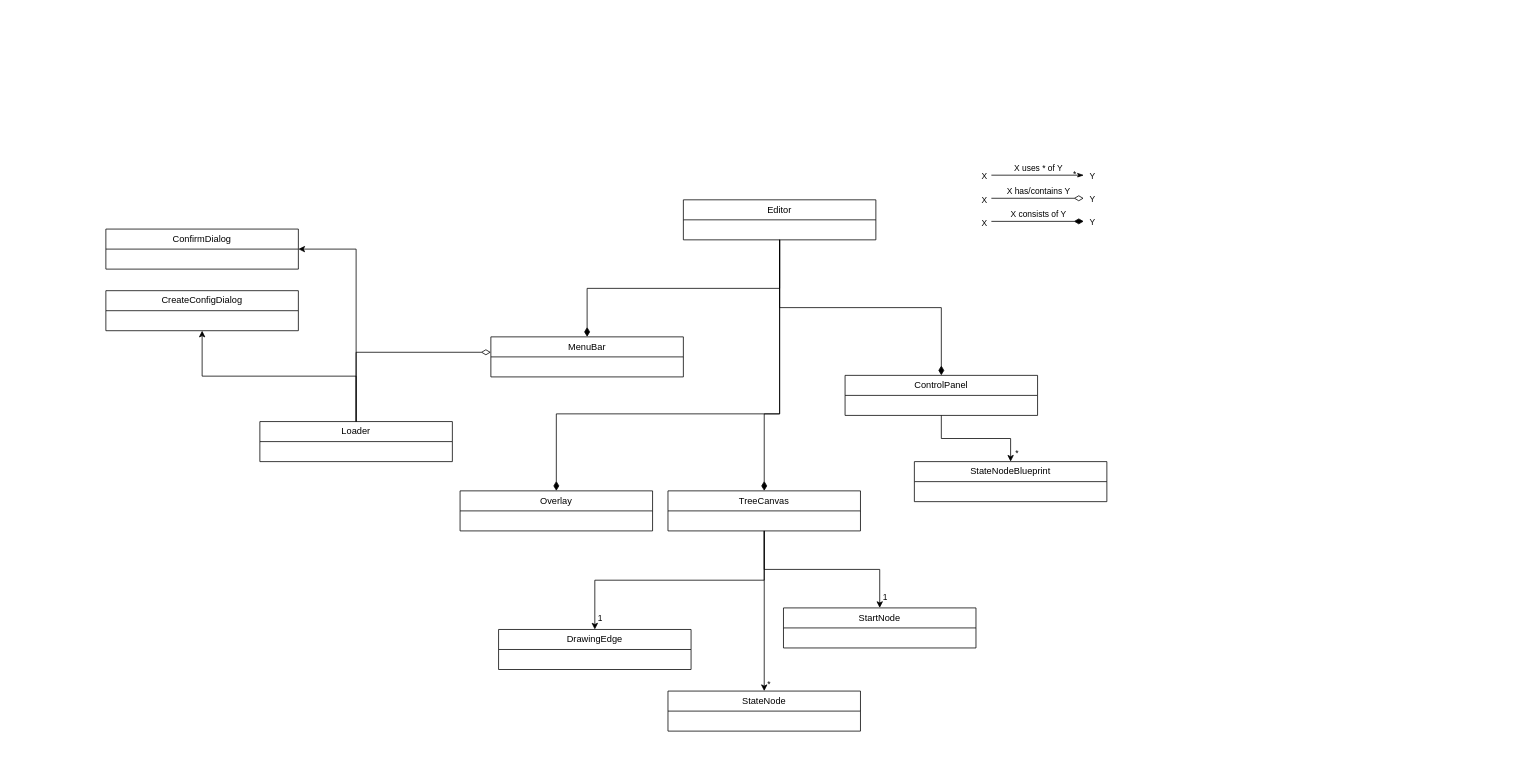
Earlier version of the draw.io diagram page "OverallHierarchie" (5 of 6) of Doku.drawio (valantano/state-machine-angular). Source tidied: cells renumbered, new cells numbered last; positions are measured from the earlier drawing's top-left corner, leaving out a move shared by most shapes. Both pictures are drawn from the tidied source at 77%, with x=0, y=0 at pixel (105, 175).
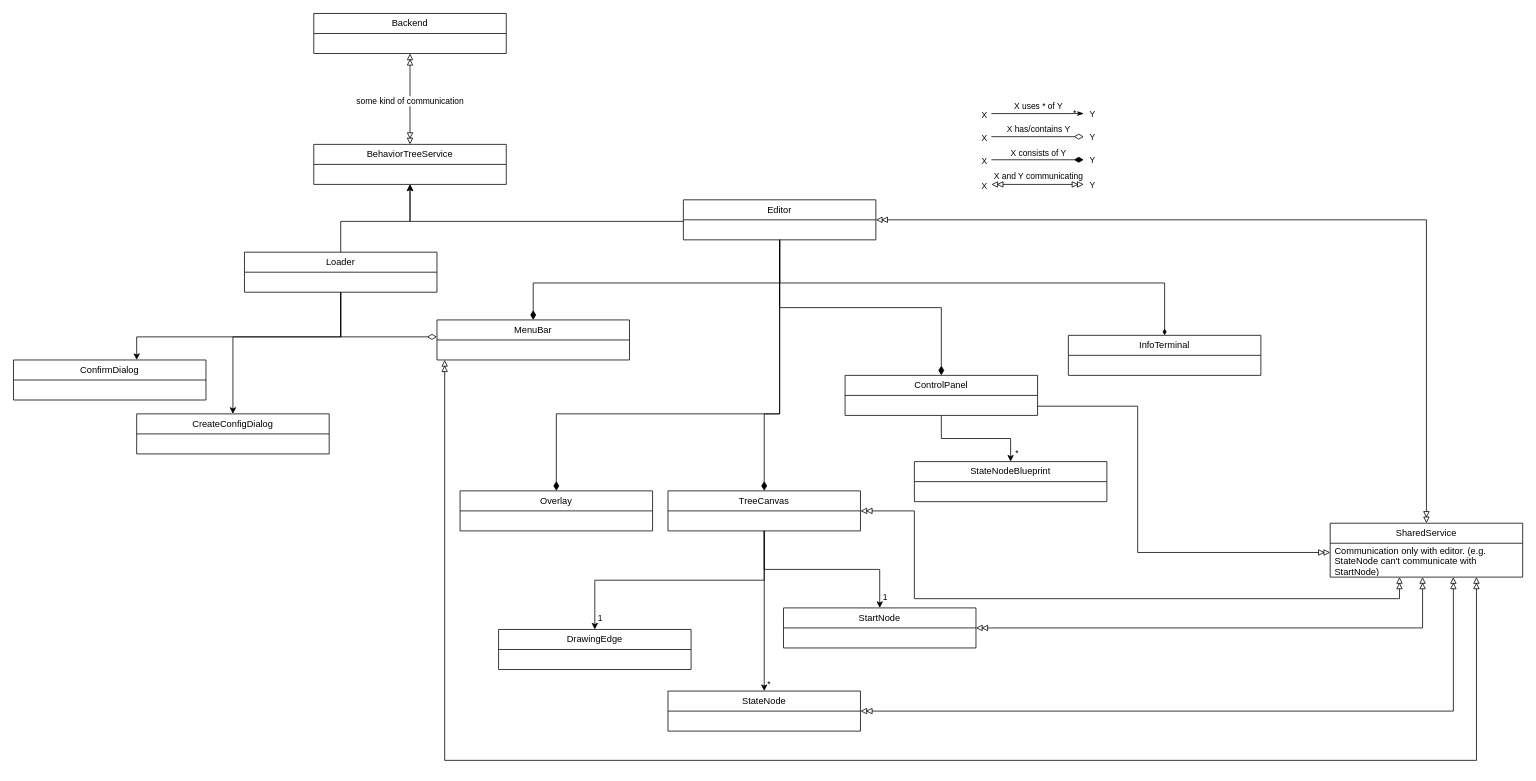
Above is the later version.

Unchanged cells that the change refers to:
```xml
<mxCell id="6" value="Editor" style="swimlane;fontStyle=0;horizontal=1;startSize=26;fillColor=none;whiteSpace=wrap;html=1;labelBackgroundColor=none;" parent="1" vertex="1">
  <mxGeometry x="750" y="32" width="250" height="52" as="geometry" />
</mxCell>
<mxCell id="7" value="StateNode" style="swimlane;fontStyle=0;horizontal=1;startSize=26;fillColor=none;whiteSpace=wrap;html=1;labelBackgroundColor=none;" parent="1" vertex="1">
  <mxGeometry x="730" y="670" width="250" height="52" as="geometry" />
</mxCell>
<mxCell id="14" value="TreeCanvas" style="swimlane;fontStyle=0;horizontal=1;startSize=26;fillColor=none;whiteSpace=wrap;html=1;labelBackgroundColor=none;" parent="1" vertex="1">
  <mxGeometry x="730" y="410" width="250" height="52" as="geometry" />
</mxCell>
<mxCell id="19" value="ControlPanel" style="swimlane;fontStyle=0;horizontal=1;startSize=26;fillColor=none;whiteSpace=wrap;html=1;labelBackgroundColor=none;" parent="1" vertex="1">
  <mxGeometry x="960" y="260" width="250" height="52" as="geometry" />
</mxCell>
<mxCell id="27" value="StartNode" style="swimlane;fontStyle=0;horizontal=1;startSize=26;fillColor=none;whiteSpace=wrap;html=1;labelBackgroundColor=none;" parent="1" vertex="1">
  <mxGeometry x="880" y="562" width="250" height="52" as="geometry" />
</mxCell>
```

Diff of the diagram source:
```diff
@@
     <mxCell id="2" style="edgeStyle=orthogonalEdgeStyle;rounded=0;jettySize=auto;html=1;endArrow=diamondThin;endFill=1;endSize=10;labelBackgroundColor=none;fontColor=default;" parent="1" edge="1" source="6" target="15">
-      <mxGeometry relative="1" as="geometry" />
+      <mxGeometry relative="1" as="geometry">
+        <Array as="points">
+          <mxPoint x="875" y="140" />
+          <mxPoint x="555" y="140" />
+        </Array>
+      </mxGeometry>
     </mxCell>
@@
+    <mxCell id="42" style="edgeStyle=orthogonalEdgeStyle;rounded=0;jettySize=auto;html=1;endArrow=diamondThin;endFill=1;" parent="1" edge="1" source="6" target="50">
+      <mxGeometry relative="1" as="geometry">
+        <Array as="points">
+          <mxPoint x="875" y="140" />
+          <mxPoint x="1375" y="140" />
+        </Array>
+      </mxGeometry>
+    </mxCell>
+    <mxCell id="43" style="edgeStyle=orthogonalEdgeStyle;rounded=0;jettySize=auto;html=1;" parent="1" edge="1" source="6" target="51">
+      <mxGeometry relative="1" as="geometry">
+        <Array as="points">
+          <mxPoint x="395" y="60" />
+        </Array>
+      </mxGeometry>
+    </mxCell>
@@
+    <mxCell id="44" style="edgeStyle=orthogonalEdgeStyle;rounded=0;jettySize=auto;html=1;endArrow=doubleBlock;endFill=0;startArrow=doubleBlock;startFill=0;" parent="1" edge="1" source="7" target="60">
+      <mxGeometry relative="1" as="geometry">
+        <Array as="points">
+          <mxPoint x="1750" y="696" />
+        </Array>
+      </mxGeometry>
+    </mxCell>
@@
+    <mxCell id="45" style="edgeStyle=orthogonalEdgeStyle;rounded=0;jettySize=auto;html=1;endArrow=doubleBlock;endFill=0;startArrow=doubleBlock;startFill=0;" parent="1" edge="1" source="14" target="60">
+      <mxGeometry relative="1" as="geometry">
+        <Array as="points">
+          <mxPoint x="1050" y="436" />
+          <mxPoint x="1050" y="550" />
+          <mxPoint x="1680" y="550" />
+        </Array>
+      </mxGeometry>
+    </mxCell>
@@
+    <mxCell id="46" style="edgeStyle=orthogonalEdgeStyle;rounded=0;jettySize=auto;html=1;endArrow=doubleBlock;endFill=0;startArrow=doubleBlock;startFill=0;" parent="1" edge="1" source="15" target="60">
+      <mxGeometry relative="1" as="geometry">
+        <Array as="points">
+          <mxPoint x="440" y="760" />
+          <mxPoint x="1780" y="760" />
+        </Array>
+      </mxGeometry>
+    </mxCell>
     <mxCell id="15" value="MenuBar" style="swimlane;fontStyle=0;horizontal=1;startSize=26;fillColor=none;whiteSpace=wrap;html=1;labelBackgroundColor=none;" parent="1" vertex="1">
-      <mxGeometry x="500" y="210" width="250" height="52" as="geometry" />
+      <mxGeometry x="430" y="188" width="250" height="52" as="geometry" />
     </mxCell>
     <mxCell id="16" value="ConfirmDialog" style="swimlane;fontStyle=0;horizontal=1;startSize=26;fillColor=none;whiteSpace=wrap;html=1;labelBackgroundColor=none;" parent="1" vertex="1">
-      <mxGeometry y="70" width="250" height="52" as="geometry" />
+      <mxGeometry x="-120" y="240" width="250" height="52" as="geometry" />
     </mxCell>
@@
+    <mxCell id="47" style="edgeStyle=orthogonalEdgeStyle;rounded=0;jettySize=auto;html=1;endArrow=doubleBlock;endFill=0;startArrow=none;startFill=0;" parent="1" edge="1" source="19" target="60">
+      <mxGeometry relative="1" as="geometry">
+        <Array as="points">
+          <mxPoint x="1340" y="300" />
+          <mxPoint x="1340" y="490" />
+        </Array>
+      </mxGeometry>
+    </mxCell>
@@
     <mxCell id="20" value="CreateConfigDialog" style="swimlane;fontStyle=0;horizontal=1;startSize=26;fillColor=none;whiteSpace=wrap;html=1;labelBackgroundColor=none;" parent="1" vertex="1">
-      <mxGeometry y="150" width="250" height="52" as="geometry" />
+      <mxGeometry x="40" y="310" width="250" height="52" as="geometry" />
     </mxCell>
@@
     <mxCell id="22" style="edgeStyle=orthogonalEdgeStyle;rounded=0;jettySize=auto;html=1;labelBackgroundColor=none;fontColor=default;" parent="1" edge="1" source="25" target="20">
-      <mxGeometry relative="1" as="geometry" />
+      <mxGeometry relative="1" as="geometry">
+        <Array as="points">
+          <mxPoint x="305" y="210" />
+          <mxPoint x="165" y="210" />
+        </Array>
+      </mxGeometry>
     </mxCell>
     <mxCell id="23" style="edgeStyle=orthogonalEdgeStyle;rounded=0;jettySize=auto;html=1;labelBackgroundColor=none;fontColor=default;" parent="1" edge="1" source="25" target="16">
       <mxGeometry relative="1" as="geometry">
         <Array as="points">
-          <mxPoint x="325" y="96" />
+          <mxPoint x="305" y="210" />
+          <mxPoint x="40" y="210" />
         </Array>
       </mxGeometry>
     </mxCell>
     <mxCell id="24" style="edgeStyle=orthogonalEdgeStyle;rounded=0;jettySize=auto;html=1;endArrow=diamondThin;endFill=0;endSize=10;labelBackgroundColor=none;fontColor=default;" parent="1" edge="1" source="25" target="15">
       <mxGeometry relative="1" as="geometry">
         <Array as="points">
-          <mxPoint x="325" y="230" />
+          <mxPoint x="305" y="210" />
         </Array>
       </mxGeometry>
     </mxCell>
+    <mxCell id="48" style="edgeStyle=orthogonalEdgeStyle;rounded=0;jettySize=auto;html=1;" parent="1" edge="1" source="25" target="51">
+      <mxGeometry relative="1" as="geometry">
+        <Array as="points">
+          <mxPoint x="305" y="60" />
+          <mxPoint x="395" y="60" />
+        </Array>
+      </mxGeometry>
+    </mxCell>
     <mxCell id="25" value="Loader" style="swimlane;fontStyle=0;horizontal=1;startSize=26;fillColor=none;whiteSpace=wrap;html=1;labelBackgroundColor=none;" parent="1" vertex="1">
-      <mxGeometry x="200" y="320" width="250" height="52" as="geometry" />
+      <mxGeometry x="180" y="100" width="250" height="52" as="geometry" />
     </mxCell>
@@
+    <mxCell id="49" style="edgeStyle=orthogonalEdgeStyle;rounded=0;jettySize=auto;html=1;endArrow=doubleBlock;endFill=0;startArrow=doubleBlock;startFill=0;" parent="1" edge="1" source="27" target="60">
+      <mxGeometry relative="1" as="geometry">
+        <Array as="points">
+          <mxPoint x="1710" y="588" />
+        </Array>
+      </mxGeometry>
+    </mxCell>
@@
     <mxCell id="29" style="edgeStyle=orthogonalEdgeStyle;rounded=0;orthogonalLoop=1;jettySize=auto;html=1;endArrow=diamondThin;endFill=1;endSize=10;labelBackgroundColor=none;fontColor=default;" parent="1" edge="1">
       <mxGeometry relative="1" as="geometry">
-        <mxPoint x="1150" y="60" as="sourcePoint" />
-        <mxPoint x="1270" y="60" as="targetPoint" />
+        <mxPoint x="1150" y="-20" as="sourcePoint" />
+        <mxPoint x="1270" y="-20" as="targetPoint" />
       </mxGeometry>
     </mxCell>
@@
     <mxCell id="33" style="edgeStyle=orthogonalEdgeStyle;rounded=0;orthogonalLoop=1;jettySize=auto;html=1;endArrow=diamondThin;endFill=0;endSize=10;labelBackgroundColor=none;fontColor=default;" parent="1" edge="1">
       <mxGeometry relative="1" as="geometry">
-        <mxPoint x="1150" y="30" as="sourcePoint" />
-        <mxPoint x="1270" y="30" as="targetPoint" />
+        <mxPoint x="1150" y="-50" as="sourcePoint" />
+        <mxPoint x="1270" y="-50" as="targetPoint" />
       </mxGeometry>
     </mxCell>
@@
     <mxCell id="37" style="edgeStyle=orthogonalEdgeStyle;rounded=0;orthogonalLoop=1;jettySize=auto;html=1;endArrow=classicThin;endFill=1;endSize=6;labelBackgroundColor=none;fontColor=default;" parent="1" edge="1">
       <mxGeometry relative="1" as="geometry">
-        <mxPoint x="1150" as="sourcePoint" />
-        <mxPoint x="1270" as="targetPoint" />
+        <mxPoint x="1150" y="-80" as="sourcePoint" />
+        <mxPoint x="1270" y="-80" as="targetPoint" />
       </mxGeometry>
     </mxCell>
@@
+    <mxCell id="50" value="InfoTerminal" style="swimlane;fontStyle=0;horizontal=1;startSize=26;fillColor=none;whiteSpace=wrap;html=1;labelBackgroundColor=none;" parent="1" vertex="1">
+      <mxGeometry x="1250" y="208" width="250" height="52" as="geometry" />
+    </mxCell>
+    <mxCell id="51" value="BehaviorTreeService" style="swimlane;fontStyle=0;horizontal=1;startSize=26;fillColor=none;whiteSpace=wrap;html=1;labelBackgroundColor=none;" parent="1" vertex="1">
+      <mxGeometry x="270" y="-40" width="250" height="52" as="geometry" />
+    </mxCell>
+    <mxCell id="52" style="edgeStyle=orthogonalEdgeStyle;rounded=0;jettySize=auto;html=1;endArrow=doubleBlock;endFill=0;startArrow=doubleBlock;startFill=0;" parent="1" edge="1" source="54" target="51">
+      <mxGeometry relative="1" as="geometry" />
+    </mxCell>
+    <mxCell id="53" value="some kind of communication" style="edgeLabel;html=1;align=center;verticalAlign=middle;" parent="52" vertex="1">
+      <mxGeometry x="0.03" y="-1" relative="1" as="geometry" />
+    </mxCell>
+    <mxCell id="54" value="Backend" style="swimlane;fontStyle=0;horizontal=1;startSize=26;fillColor=none;whiteSpace=wrap;html=1;labelBackgroundColor=none;" parent="1" vertex="1">
+      <mxGeometry x="270" y="-210" width="250" height="52" as="geometry" />
+    </mxCell>
+    <mxCell id="55" style="edgeStyle=orthogonalEdgeStyle;rounded=0;orthogonalLoop=1;jettySize=auto;html=1;endArrow=doubleBlock;endFill=0;endSize=6;labelBackgroundColor=none;fontColor=default;startArrow=doubleBlock;startFill=0;" parent="1" edge="1">
+      <mxGeometry relative="1" as="geometry">
+        <mxPoint x="1150" y="12" as="sourcePoint" />
+        <mxPoint x="1270" y="12" as="targetPoint" />
+      </mxGeometry>
+    </mxCell>
+    <mxCell id="56" value="X and Y communicating" style="edgeLabel;html=1;align=center;verticalAlign=middle;labelBackgroundColor=none;" parent="55" vertex="1">
+      <mxGeometry x="-0.73" relative="1" as="geometry">
+        <mxPoint x="44" y="-11" as="offset" />
+      </mxGeometry>
+    </mxCell>
+    <mxCell id="57" value="X" style="edgeLabel;html=1;align=center;verticalAlign=middle;" parent="55" vertex="1">
+      <mxGeometry x="-0.87" y="-1" relative="1" as="geometry">
+        <mxPoint x="-18" as="offset" />
+      </mxGeometry>
+    </mxCell>
+    <mxCell id="58" value="Y" style="edgeLabel;html=1;align=center;verticalAlign=middle;" parent="55" vertex="1">
+      <mxGeometry x="-0.87" y="-1" relative="1" as="geometry">
+        <mxPoint x="122" y="-1" as="offset" />
+      </mxGeometry>
+    </mxCell>
+    <mxCell id="59" style="edgeStyle=orthogonalEdgeStyle;rounded=0;jettySize=auto;html=1;startArrow=doubleBlock;startFill=0;endArrow=doubleBlock;endFill=0;" parent="1" edge="1" source="60" target="6">
+      <mxGeometry relative="1" as="geometry">
+        <Array as="points">
+          <mxPoint x="1715" y="58" />
+        </Array>
+      </mxGeometry>
+    </mxCell>
+    <mxCell id="60" value="SharedService" style="swimlane;fontStyle=0;horizontal=1;startSize=26;fillColor=none;whiteSpace=wrap;html=1;labelBackgroundColor=none;" parent="1" vertex="1">
+      <mxGeometry x="1590" y="452" width="250" height="70" as="geometry" />
+    </mxCell>
+    <mxCell id="61" value="Communication only with editor. (e.g. StateNode can't communicate with StartNode)" style="text;strokeColor=none;fillColor=none;align=left;verticalAlign=middle;spacingLeft=4;spacingRight=4;overflow=hidden;whiteSpace=wrap;html=1;" parent="60" vertex="1">
+      <mxGeometry y="26" width="250" height="44" as="geometry" />
+    </mxCell>
```
